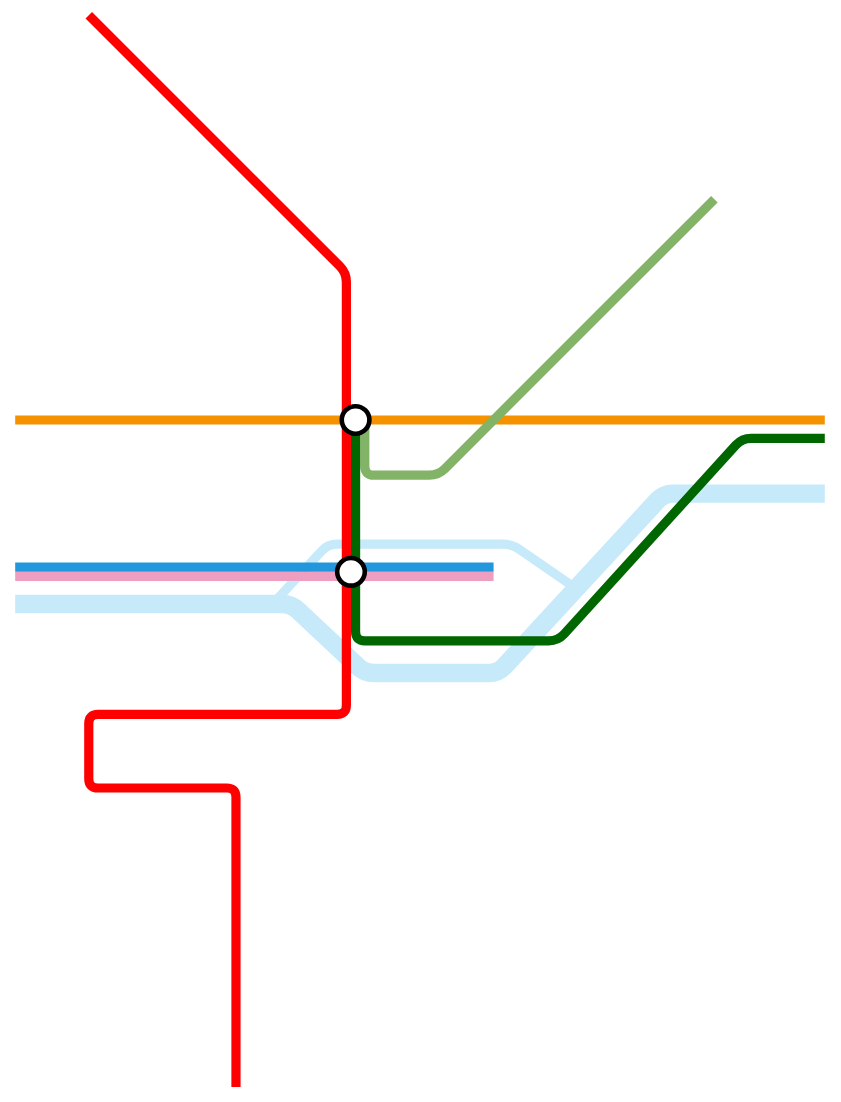
This is DellTube.drawio from macphil/delltube, a draw.io file, before an edit. Source tidied: cells renumbered, new cells numbered last; positions are measured from the earlier drawing's top-left corner, leaving out a move shared by most shapes. Both pictures are drawn from the tidied source at 92%, with x=0, y=0 at pixel (15, 15).
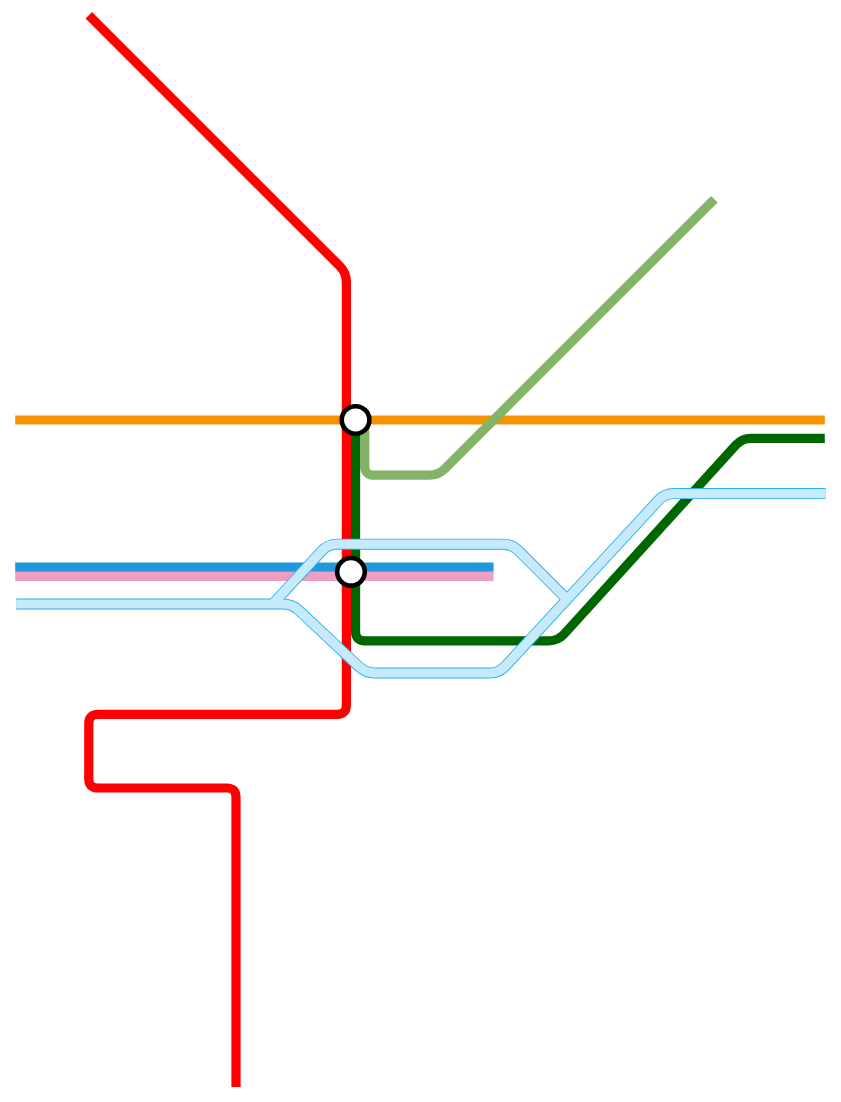
The same diagram, later.

What changed in the source:
```diff
@@
-    <mxCell id="2" style="endArrow=none;html=1;strokeColor=#C6EAFA;strokeWidth=10;fillColor=#C6EAFA;jumpSize=12;" parent="1" edge="1">
-      <mxGeometry relative="1" as="geometry">
-        <mxPoint x="280" y="640" as="sourcePoint" />
-        <mxPoint x="605" y="620" as="targetPoint" />
-        <Array as="points">
-          <mxPoint x="340" y="575" />
-          <mxPoint x="540" y="575" />
-        </Array>
-      </mxGeometry>
-    </mxCell>
-    <mxCell id="3" style="endArrow=none;html=1;strokeColor=#C6EAFA;strokeWidth=20;fillColor=#C6EAFA;jumpSize=12;" parent="1" edge="1">
-      <mxGeometry relative="1" as="geometry">
-        <mxPoint y="640" as="sourcePoint" />
-        <mxPoint x="880" y="520" as="targetPoint" />
-        <Array as="points">
-          <mxPoint x="300" y="640" />
-          <mxPoint x="380" y="715" />
-          <mxPoint x="525" y="715" />
-          <mxPoint x="705" y="520" />
-        </Array>
-      </mxGeometry>
-    </mxCell>
@@
+    <mxCell id="12" parent="0" />
+    <mxCell id="13" style="endArrow=none;html=1;strokeColor=#29B3EF;strokeWidth=12;fillColor=#C6EAFA;jumpSize=12;" parent="12" edge="1">
+      <mxGeometry relative="1" as="geometry">
+        <mxPoint x="280" y="640" as="sourcePoint" />
+        <mxPoint x="600" y="635" as="targetPoint" />
+        <Array as="points">
+          <mxPoint x="340" y="575" />
+          <mxPoint x="540" y="575" />
+        </Array>
+      </mxGeometry>
+    </mxCell>
+    <mxCell id="14" style="endArrow=none;html=1;strokeColor=#29B3EF;strokeWidth=12;fillColor=#C6EAFA;jumpSize=12;shadow=0;" parent="12" edge="1">
+      <mxGeometry relative="1" as="geometry">
+        <mxPoint x="1" y="640" as="sourcePoint" />
+        <mxPoint x="881" y="520" as="targetPoint" />
+        <Array as="points">
+          <mxPoint x="301" y="640" />
+          <mxPoint x="381" y="715" />
+          <mxPoint x="526" y="715" />
+          <mxPoint x="706" y="520" />
+        </Array>
+      </mxGeometry>
+    </mxCell>
+    <mxCell id="2" style="endArrow=none;html=1;strokeColor=#C6EAFA;strokeWidth=10;fillColor=#C6EAFA;jumpSize=12;" parent="12" edge="1">
+      <mxGeometry relative="1" as="geometry">
+        <mxPoint x="280" y="640" as="sourcePoint" />
+        <mxPoint x="600" y="635" as="targetPoint" />
+        <Array as="points">
+          <mxPoint x="340" y="575" />
+          <mxPoint x="540" y="575" />
+        </Array>
+      </mxGeometry>
+    </mxCell>
+    <mxCell id="3" style="endArrow=none;html=1;strokeColor=#C6EAFA;strokeWidth=10;fillColor=#C6EAFA;jumpSize=12;shadow=0;" parent="12" edge="1">
+      <mxGeometry relative="1" as="geometry">
+        <mxPoint x="1" y="640" as="sourcePoint" />
+        <mxPoint x="881" y="520" as="targetPoint" />
+        <Array as="points">
+          <mxPoint x="301" y="640" />
+          <mxPoint x="381" y="715" />
+          <mxPoint x="526" y="715" />
+          <mxPoint x="706" y="520" />
+        </Array>
+      </mxGeometry>
+    </mxCell>
+    <mxCell id="15" parent="0" />
+    <mxCell id="11" style="ellipse;whiteSpace=wrap;html=1;strokeWidth=5;" parent="15" vertex="1">
+      <mxGeometry x="355" y="425" width="30" height="30" as="geometry" />
+    </mxCell>
-    <mxCell id="10" style="ellipse;whiteSpace=wrap;html=1;strokeWidth=5;" parent="1" vertex="1">
+    <mxCell id="10" style="ellipse;whiteSpace=wrap;html=1;strokeWidth=5;" parent="15" vertex="1">
       <mxGeometry x="350" y="590" width="30" height="30" as="geometry" />
     </mxCell>
-    <mxCell id="11" style="ellipse;whiteSpace=wrap;html=1;strokeWidth=5;" parent="1" vertex="1">
-      <mxGeometry x="355" y="425" width="30" height="30" as="geometry" />
-    </mxCell>
```
